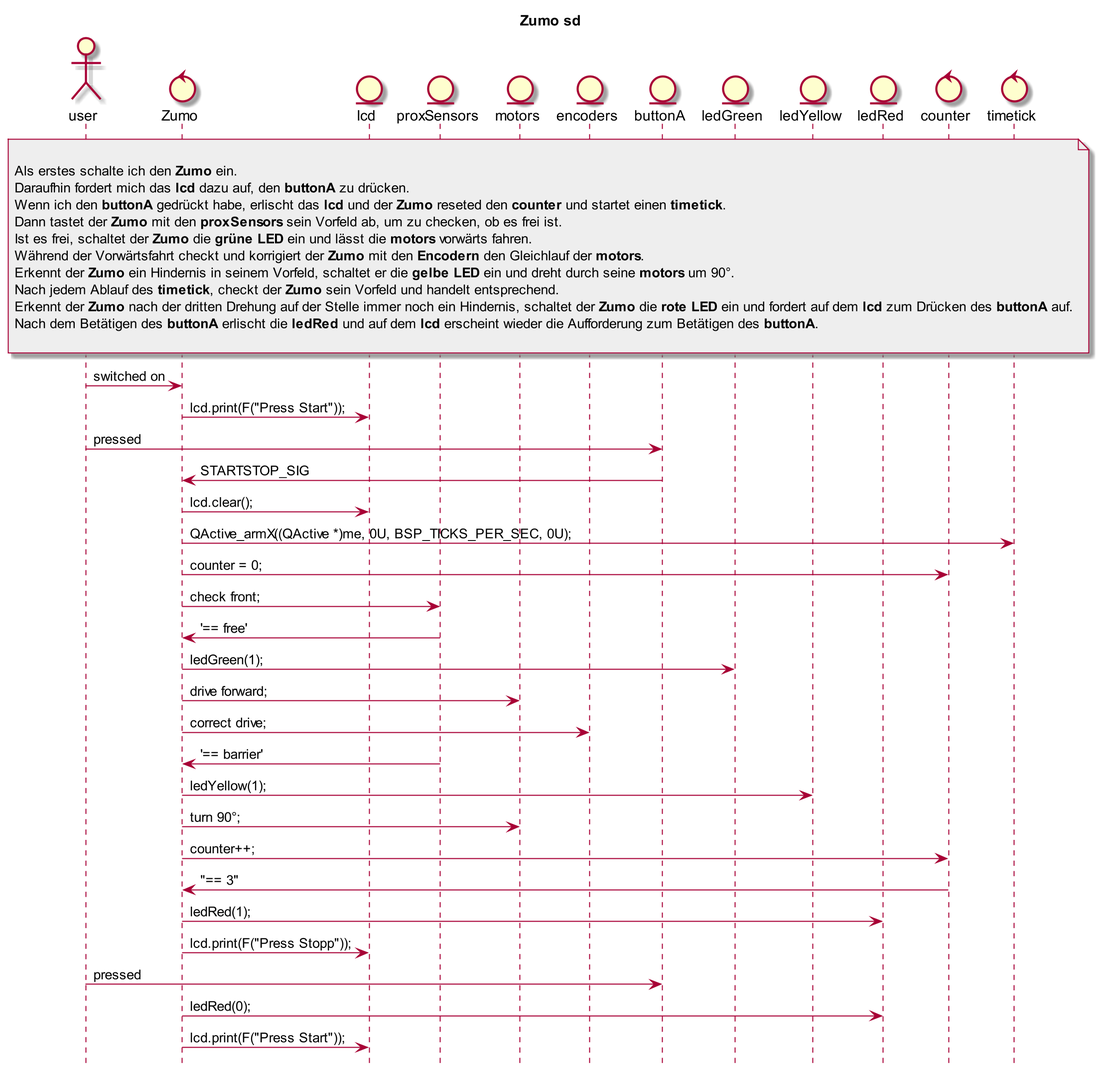
Above: Zumo_SD.png in orje/Zumo_QM_QPnano (PlantUML), before the change.
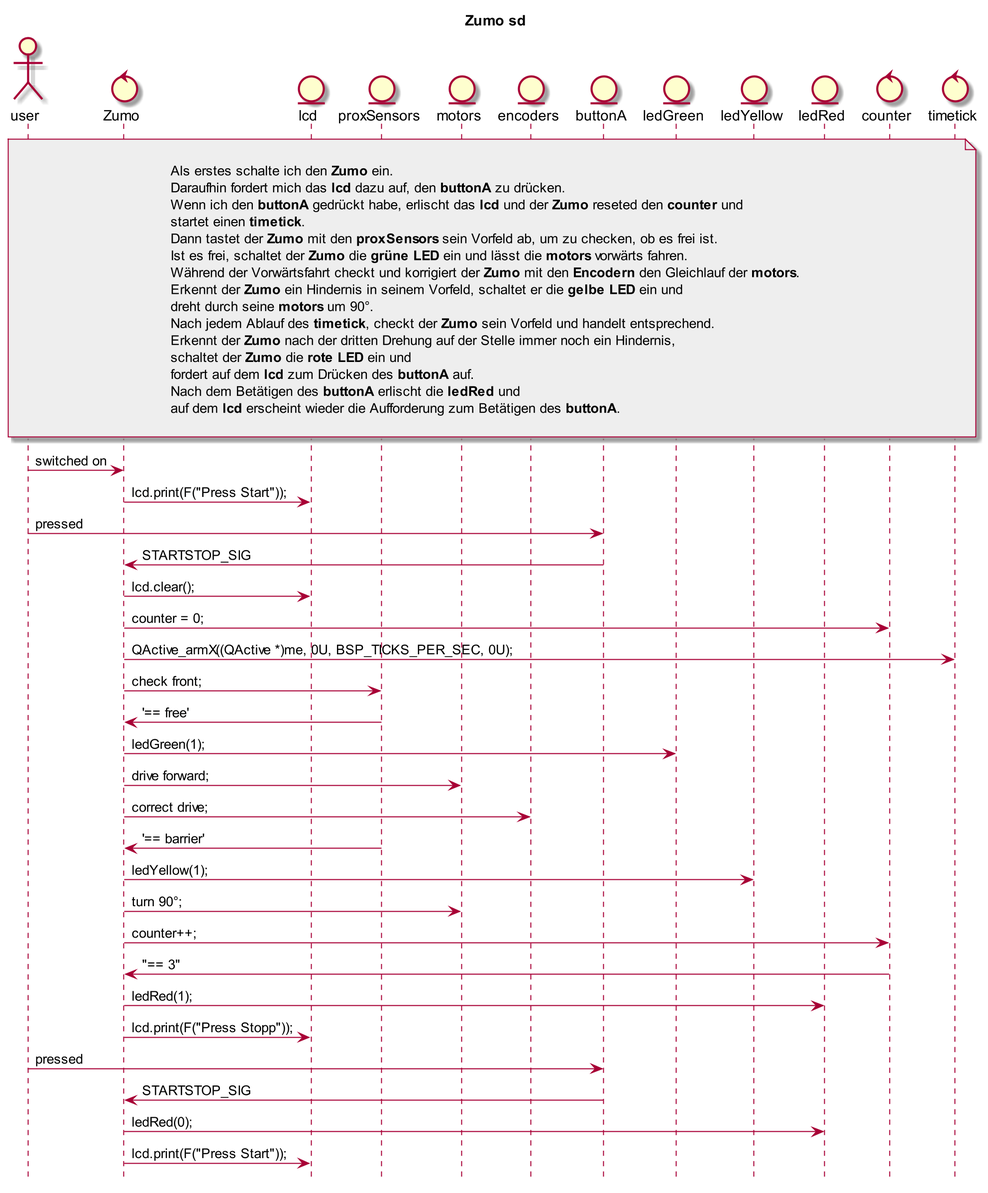
Later version of the same file.

What changed in the source:
```diff
@@ -25,14 +25,19 @@
 
 Als erstes schalte ich den **Zumo** ein.
 Daraufhin fordert mich das **lcd** dazu auf, den **buttonA** zu drücken.
-Wenn ich den **buttonA** gedrückt habe, erlischt das **lcd** und der **Zumo** reseted den **counter** und startet einen **timetick**.
+Wenn ich den **buttonA** gedrückt habe, erlischt das **lcd** und der **Zumo** reseted den **counter** und
+startet einen **timetick**.
 Dann tastet der **Zumo** mit den **proxSensors** sein Vorfeld ab, um zu checken, ob es frei ist.
 Ist es frei, schaltet der **Zumo** die **grüne LED** ein und lässt die **motors** vorwärts fahren.
 Während der Vorwärtsfahrt checkt und korrigiert der **Zumo** mit den **Encodern** den Gleichlauf der **motors**.
-Erkennt der **Zumo** ein Hindernis in seinem Vorfeld, schaltet er die **gelbe LED** ein und dreht durch seine **motors** um 90°.
+Erkennt der **Zumo** ein Hindernis in seinem Vorfeld, schaltet er die **gelbe LED** ein und
+dreht durch seine **motors** um 90°.
 Nach jedem Ablauf des **timetick**, checkt der **Zumo** sein Vorfeld und handelt entsprechend.
-Erkennt der **Zumo** nach der dritten Drehung auf der Stelle immer noch ein Hindernis, schaltet der **Zumo** die **rote LED** ein und fordert auf dem **lcd** zum Drücken des **buttonA** auf.
-Nach dem Betätigen des **buttonA** erlischt die **ledRed** und auf dem **lcd** erscheint wieder die Aufforderung zum Betätigen des **buttonA**.
+Erkennt der **Zumo** nach der dritten Drehung auf der Stelle immer noch ein Hindernis,
+schaltet der **Zumo** die **rote LED** ein und
+fordert auf dem **lcd** zum Drücken des **buttonA** auf.
+Nach dem Betätigen des **buttonA** erlischt die **ledRed** und
+auf dem **lcd** erscheint wieder die Aufforderung zum Betätigen des **buttonA**.
 
 end note
 
@@ -43,8 +48,8 @@
 user -> buttonA : pressed
 buttonA -> Zumo : STARTSTOP_SIG
 Zumo -> lcd : lcd.clear();
+Zumo -> counter : counter = 0;
 Zumo -> timetick : QActive_armX((QActive *)me, 0U, BSP_TICKS_PER_SEC, 0U);
-Zumo -> counter : counter = 0;
 Zumo -> proxSensors : check front;
 
 proxSensors -> Zumo : '== free'
@@ -61,6 +66,7 @@
 Zumo -> ledRed : ledRed(1);
 Zumo -> lcd : lcd.print(F("Press Stopp"));
 user -> buttonA : pressed
+buttonA -> Zumo : STARTSTOP_SIG
 Zumo -> ledRed : ledRed(0);
 Zumo -> lcd : lcd.print(F("Press Start"));
 @enduml
```
